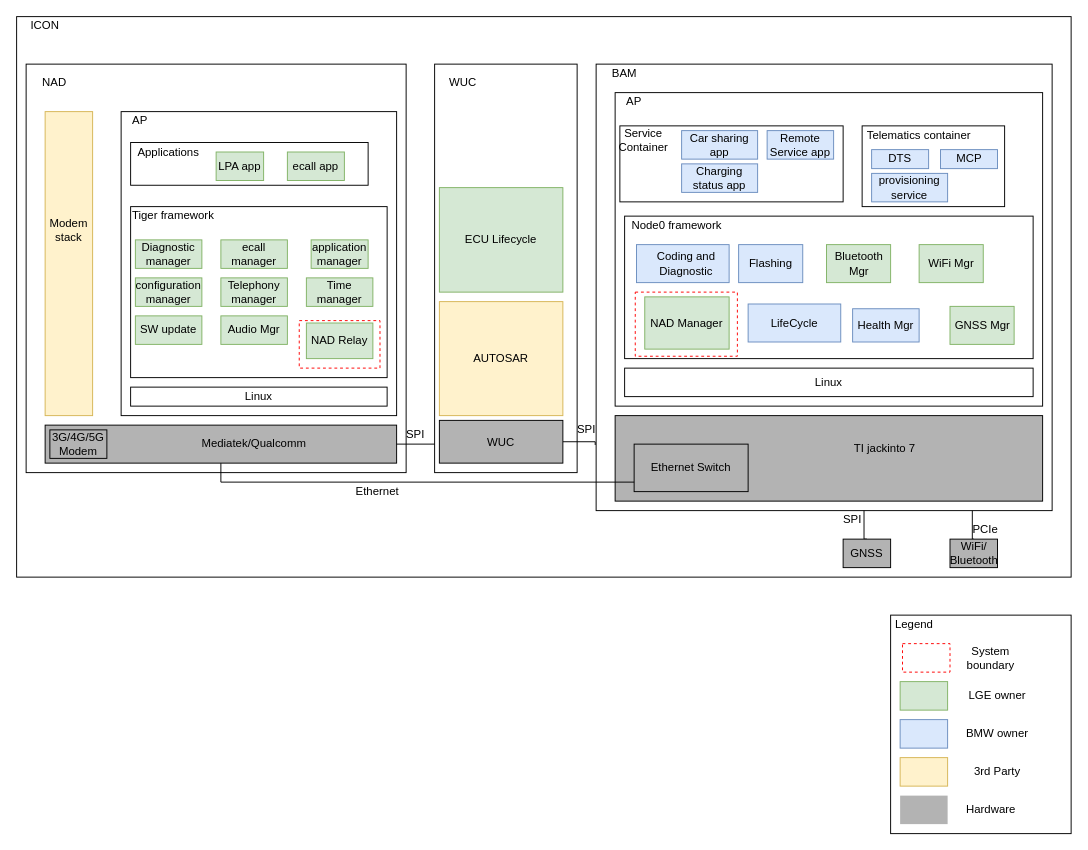
taikt/codefun keeps this draw.io diagram as page "System_overview" (1 of 3) of doc/SA cert/Design/system_context.drawio. Above is the earlier version. Source tidied: cells renumbered, new cells numbered last; positions are measured from the earlier drawing's top-left corner, leaving out a move shared by most shapes. Both pictures are drawn from the tidied source at 95%, with x=0, y=0 at pixel (16, 16).
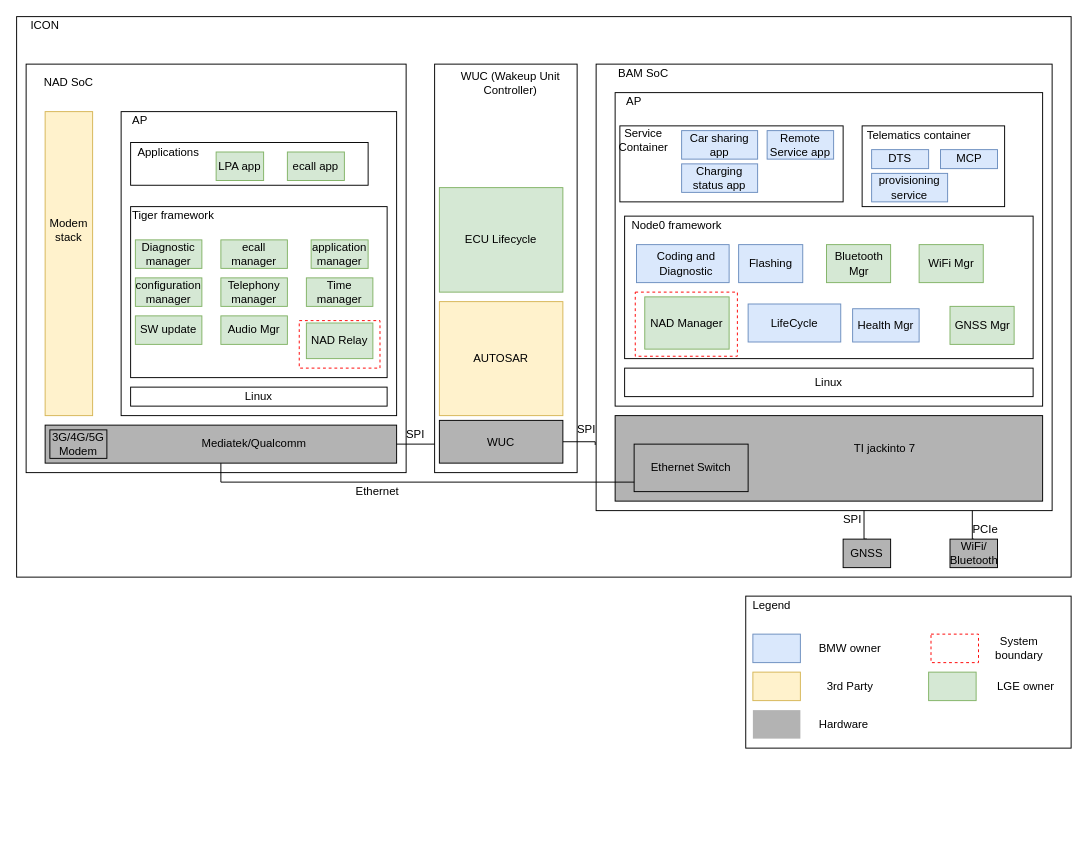
The same page after the edit.

What changed in the source:
```diff
@@
-    <mxCell id="4" value="NAD" style="text;html=1;strokeColor=none;fillColor=none;align=center;verticalAlign=middle;whiteSpace=wrap;rounded=0;" parent="1" vertex="1">
-      <mxGeometry x="20" y="60" width="40" height="20" as="geometry" />
+    <mxCell id="4" value="NAD SoC" style="text;html=1;strokeColor=none;fillColor=none;align=center;verticalAlign=middle;whiteSpace=wrap;rounded=0;" parent="1" vertex="1">
+      <mxGeometry x="20" y="60" width="70" height="20" as="geometry" />
     </mxCell>
@@
-    <mxCell id="6" value="WUC" style="text;html=1;strokeColor=none;fillColor=none;align=center;verticalAlign=middle;whiteSpace=wrap;rounded=0;" parent="1" vertex="1">
-      <mxGeometry x="450" y="60" width="40" height="20" as="geometry" />
+    <mxCell id="6" value="WUC (Wakeup Unit Controller)" style="text;html=1;strokeColor=none;fillColor=none;align=center;verticalAlign=middle;whiteSpace=wrap;rounded=0;" parent="1" vertex="1">
+      <mxGeometry x="450" y="60" width="140" height="20" as="geometry" />
     </mxCell>
@@
-    <mxCell id="8" value="BAM" style="text;html=1;strokeColor=none;fillColor=none;align=center;verticalAlign=middle;whiteSpace=wrap;rounded=0;" parent="1" vertex="1">
-      <mxGeometry x="620" y="50" width="40" height="20" as="geometry" />
+    <mxCell id="8" value="BAM SoC" style="text;html=1;strokeColor=none;fillColor=none;align=center;verticalAlign=middle;whiteSpace=wrap;rounded=0;" parent="1" vertex="1">
+      <mxGeometry x="620" y="50" width="80" height="20" as="geometry" />
     </mxCell>
@@
     <mxCell id="77" style="rounded=0;whiteSpace=wrap;html=1;fillColor=none;" parent="1" vertex="1">
-      <mxGeometry x="920" y="630" width="190" height="230" as="geometry" />
+      <mxGeometry x="767.5" y="610" width="342.5" height="160" as="geometry" />
     </mxCell>
     <mxCell id="78" style="rounded=0;whiteSpace=wrap;html=1;strokeColor=#82b366;fillColor=#d5e8d4;" parent="1" vertex="1">
-      <mxGeometry x="930" y="700" width="50" height="30" as="geometry" />
+      <mxGeometry x="960" y="690" width="50" height="30" as="geometry" />
     </mxCell>
     <mxCell id="79" style="rounded=0;whiteSpace=wrap;html=1;strokeColor=#6c8ebf;fillColor=#dae8fc;" parent="1" vertex="1">
-      <mxGeometry x="930" y="740" width="50" height="30" as="geometry" />
+      <mxGeometry x="775" y="650" width="50" height="30" as="geometry" />
     </mxCell>
     <mxCell id="80" style="rounded=0;whiteSpace=wrap;html=1;strokeColor=#d6b656;fillColor=#fff2cc;" parent="1" vertex="1">
-      <mxGeometry x="930" y="780" width="50" height="30" as="geometry" />
+      <mxGeometry x="775" y="690" width="50" height="30" as="geometry" />
     </mxCell>
     <mxCell id="81" style="rounded=0;whiteSpace=wrap;html=1;strokeColor=none;fillColor=#B3B3B3;" parent="1" vertex="1">
-      <mxGeometry x="930" y="820" width="50" height="30" as="geometry" />
+      <mxGeometry x="775" y="730" width="50" height="30" as="geometry" />
     </mxCell>
     <mxCell id="82" style="rounded=0;whiteSpace=wrap;html=1;fillColor=none;strokeColor=#FF0000;dashed=1;" parent="1" vertex="1">
-      <mxGeometry x="932.5" y="660" width="50" height="30" as="geometry" />
+      <mxGeometry x="962.5" y="650" width="50" height="30" as="geometry" />
     </mxCell>
     <mxCell id="83" value="BMW owner" style="text;html=1;strokeColor=none;fillColor=none;align=center;verticalAlign=middle;whiteSpace=wrap;rounded=0;dashed=1;" parent="1" vertex="1">
-      <mxGeometry x="990" y="745" width="85" height="20" as="geometry" />
+      <mxGeometry x="835" y="655" width="85" height="20" as="geometry" />
     </mxCell>
     <mxCell id="84" value="LGE owner" style="text;html=1;strokeColor=none;fillColor=none;align=center;verticalAlign=middle;whiteSpace=wrap;rounded=0;dashed=1;" parent="1" vertex="1">
-      <mxGeometry x="990" y="705" width="85" height="20" as="geometry" />
+      <mxGeometry x="1020" y="695" width="85" height="20" as="geometry" />
     </mxCell>
     <mxCell id="85" value="3rd Party" style="text;html=1;strokeColor=none;fillColor=none;align=center;verticalAlign=middle;whiteSpace=wrap;rounded=0;dashed=1;" parent="1" vertex="1">
-      <mxGeometry x="990" y="785" width="85" height="20" as="geometry" />
+      <mxGeometry x="835" y="695" width="85" height="20" as="geometry" />
     </mxCell>
     <mxCell id="86" value="Hardware&amp;nbsp;" style="text;html=1;strokeColor=none;fillColor=none;align=center;verticalAlign=middle;whiteSpace=wrap;rounded=0;dashed=1;" parent="1" vertex="1">
-      <mxGeometry x="985" y="825" width="85" height="20" as="geometry" />
+      <mxGeometry x="830" y="735" width="85" height="20" as="geometry" />
     </mxCell>
     <mxCell id="87" value="System boundary" style="text;html=1;strokeColor=none;fillColor=none;align=center;verticalAlign=middle;whiteSpace=wrap;rounded=0;dashed=1;" parent="1" vertex="1">
-      <mxGeometry x="982.5" y="665" width="85" height="20" as="geometry" />
+      <mxGeometry x="1012.5" y="655" width="85" height="20" as="geometry" />
     </mxCell>
     <mxCell id="88" value="Legend" style="text;html=1;strokeColor=none;fillColor=none;align=center;verticalAlign=middle;whiteSpace=wrap;rounded=0;dashed=1;" parent="1" vertex="1">
-      <mxGeometry x="925" y="630" width="40" height="20" as="geometry" />
+      <mxGeometry x="775" y="610" width="40" height="20" as="geometry" />
     </mxCell>
```
